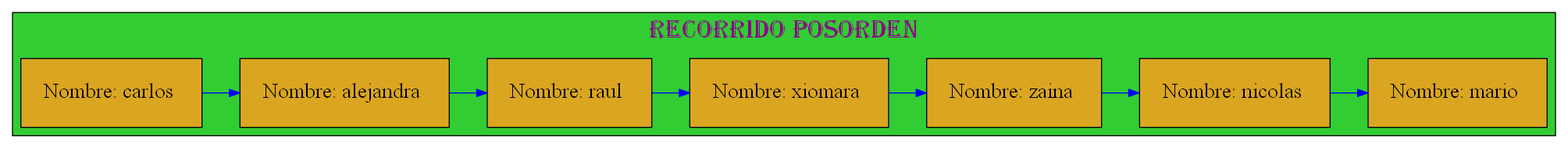
mariotun/EDD_1S2020_PY1_201602942 keeps this Graphviz diagram as Graficas/Recorrido_Posorden.dot.png. Above is the earlier version. Its source is kept beside it as Graficas/Recorrido_Posorden.dot.
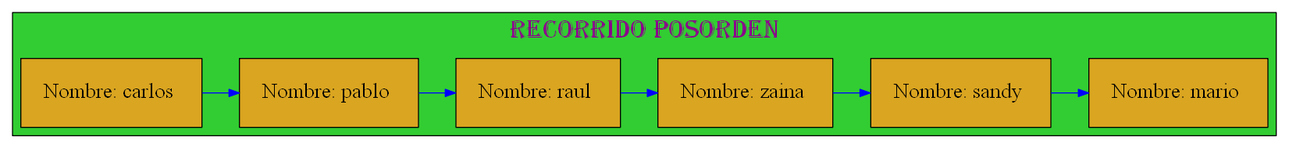
After the commit.

What changed in the source:
```diff
@@ -13,15 +13,14 @@
 node[margin=0.3 shape=box style=filled fontcolor=black fillcolor=goldenrod fontsize=20];
 {rank=same;
 
-25770344928[label="Nombre: carlos " ];
-25770344352[label="Nombre: alejandra " ];
-25770345568[label="Nombre: raul " ];
-25770345488[label="Nombre: xiomara " ];
-25770345008[label="Nombre: zaina " ];
-25770344624[label="Nombre: nicolas " ];
-25769968848[label="Nombre: mario " ];
+25770476512[label="Nombre: carlos " ];
+25770476288[label="Nombre: pablo " ];
+25770476992[label="Nombre: raul " ];
+25770477200[label="Nombre: zaina " ];
+25770475984[label="Nombre: sandy " ];
+25770475776[label="Nombre: mario " ];
 };
-25770344928 -> 25770344352 -> 25770345568 -> 25770345488 -> 25770345008 -> 25770344624 -> 25769968848
+25770476512 -> 25770476288 -> 25770476992 -> 25770477200 -> 25770475984 -> 25770475776
 
 [color=blue ];
 }
```
